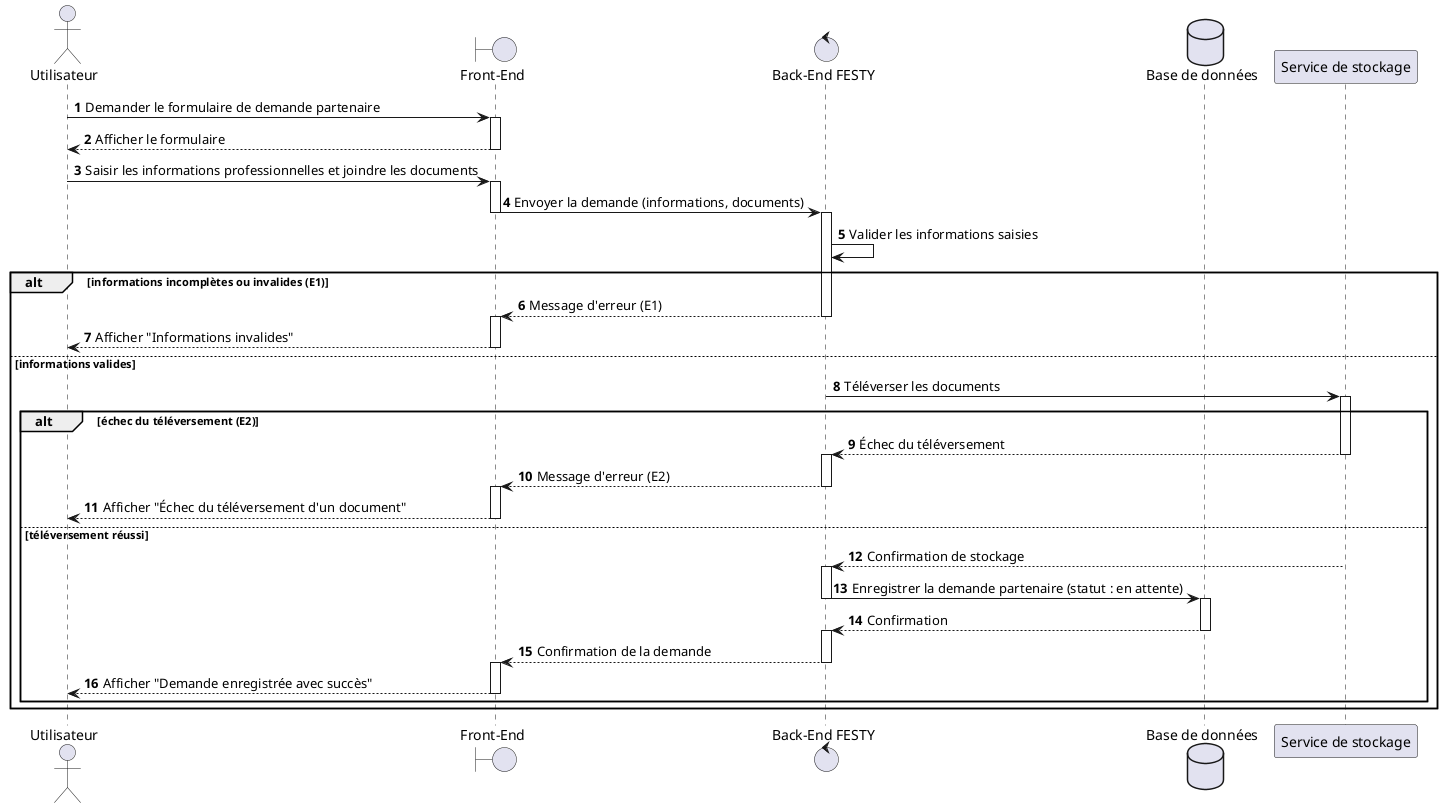
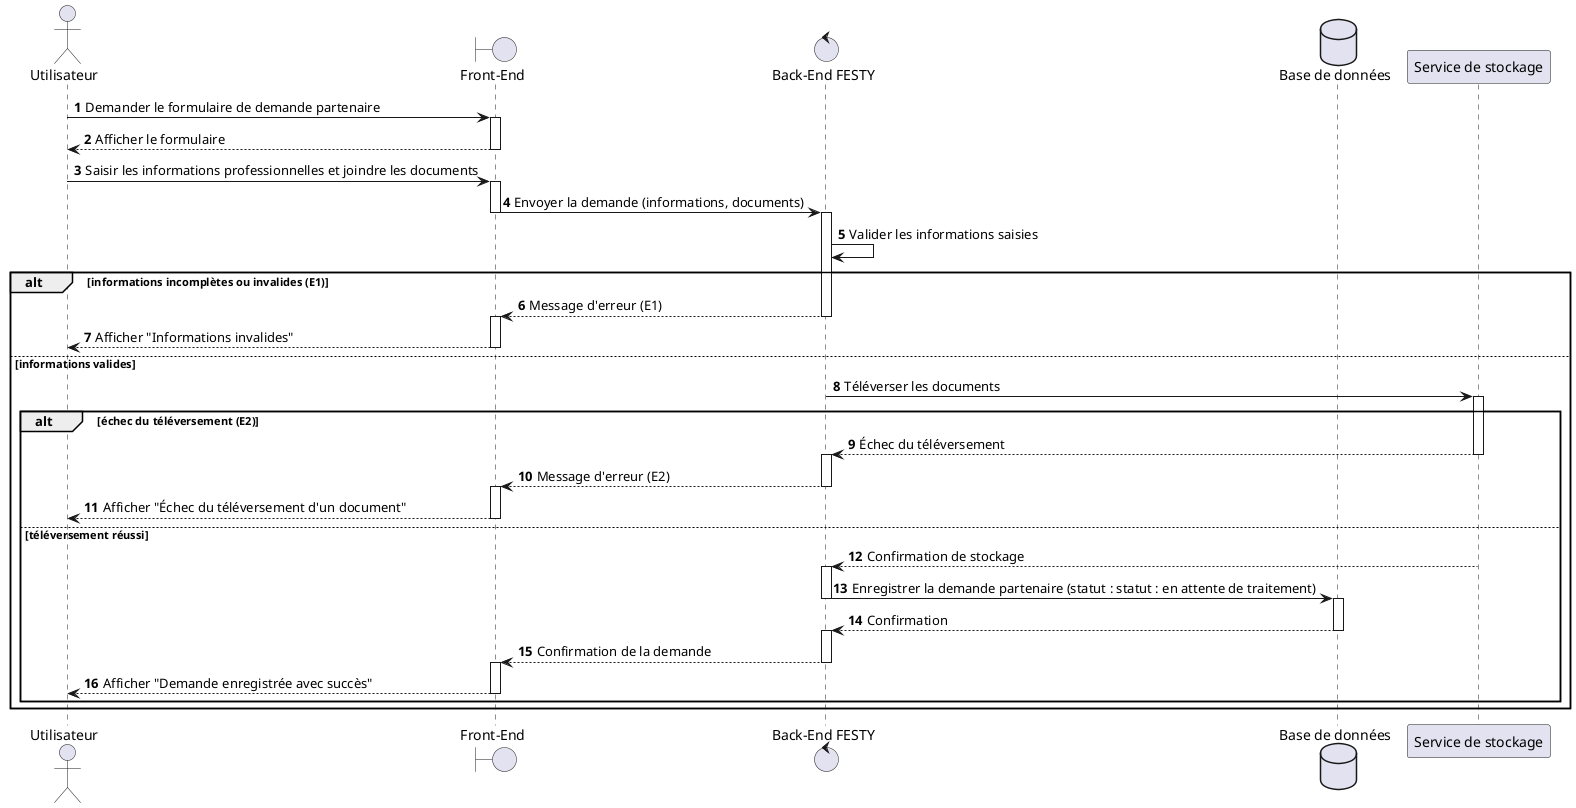
@startuml
actor Utilisateur
boundary "Front-End" as App
control "Back-End FESTY" as Backend
database "Base de données" as DB
participant "Service de stockage" as Storage

autonumber

' Étape 1 – Accès au formulaire
Utilisateur -> App : Demander le formulaire de demande partenaire
activate App
App --> Utilisateur : Afficher le formulaire
deactivate App

' Étapes 2-3 – Saisie des informations et ajout des documents
Utilisateur -> App : Saisir les informations professionnelles et joindre les documents
activate App
App -> Backend : Envoyer la demande (informations, documents)
deactivate App

activate Backend
Backend -> Backend : Valider les informations saisies

alt informations incomplètes ou invalides (E1)
    Backend --> App : Message d'erreur (E1)
    deactivate Backend
    activate App
    App --> Utilisateur : Afficher "Informations invalides"
    deactivate App
else informations valides
    Backend -> Storage : Téléverser les documents
    deactivate Backend

    activate Storage
    alt échec du téléversement (E2)
        Storage --> Backend : Échec du téléversement
        deactivate Storage
        activate Backend
        Backend --> App : Message d'erreur (E2)
        deactivate Backend
        activate App
        App --> Utilisateur : Afficher "Échec du téléversement d'un document"
        deactivate App
    else téléversement réussi
        Storage --> Backend : Confirmation de stockage
        deactivate Storage

        activate Backend
-         Backend -> DB : Enregistrer la demande partenaire (statut : en attente)
+         Backend -> DB : Enregistrer la demande partenaire (statut : statut : en attente de traitement)
        deactivate Backend

        activate DB
        DB --> Backend : Confirmation
        deactivate DB

        activate Backend
        Backend --> App : Confirmation de la demande
        deactivate Backend

        activate App
        App --> Utilisateur : Afficher "Demande enregistrée avec succès"
        deactivate App
    end
end
@enduml